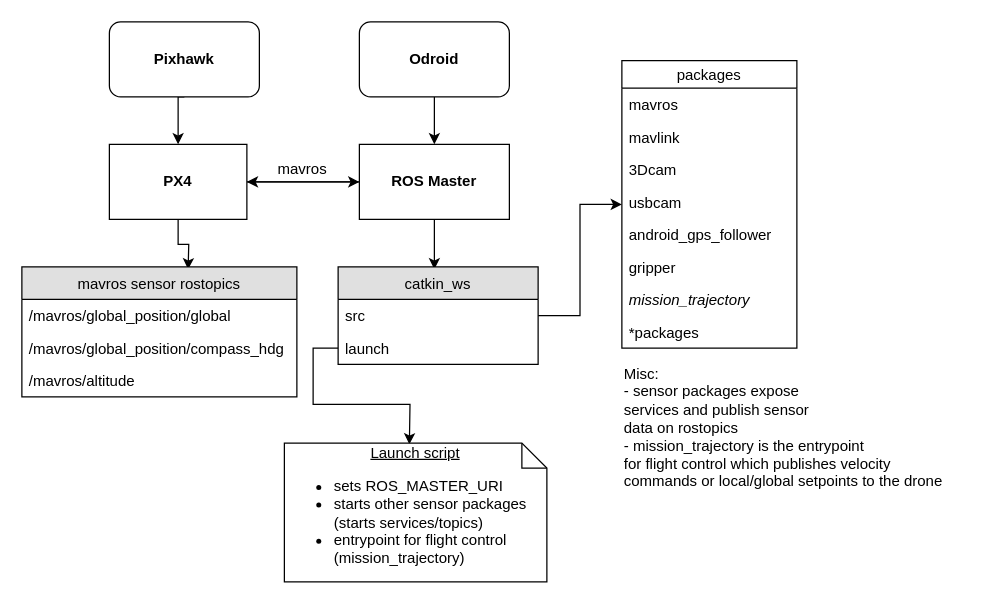
This is Software Architecture.drawio from prasannawilliams/high-level-architecture, a draw.io file, before an edit. Source tidied: cells renumbered, new cells numbered last; positions are measured from the earlier drawing's top-left corner, leaving out a move shared by most shapes. Both pictures are drawn from the tidied source at 125%, with x=0, y=0 at pixel (21, 21).
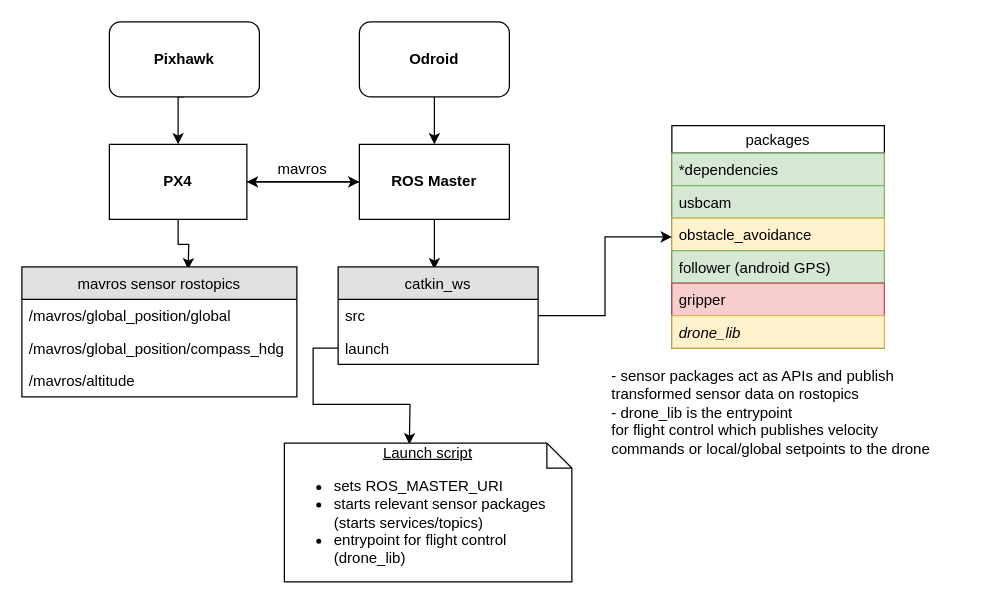
After the change.

Change to the diagram source:
```diff
@@
     <mxCell id="21" value="packages" style="swimlane;fontStyle=0;horizontal=1;startSize=22;fillColor=none;swimlaneFillColor=#ffffff;align=center;fontSize=12;" parent="1" vertex="1">
-      <mxGeometry x="480" y="31" width="140" height="230" as="geometry" />
+      <mxGeometry x="520" y="83" width="170" height="178" as="geometry" />
     </mxCell>
-    <mxCell id="22" value="mavros" style="text;strokeColor=none;fillColor=none;spacingLeft=4;spacingRight=4;overflow=hidden;fontSize=12;" parent="21" vertex="1">
-      <mxGeometry y="22" width="140" height="26" as="geometry" />
-    </mxCell>
-    <mxCell id="23" value="mavlink" style="text;strokeColor=none;fillColor=none;spacingLeft=4;spacingRight=4;overflow=hidden;fontSize=12;" parent="21" vertex="1">
-      <mxGeometry y="48" width="140" height="26" as="geometry" />
-    </mxCell>
-    <mxCell id="24" value="3Dcam" style="text;strokeColor=none;fillColor=none;spacingLeft=4;spacingRight=4;overflow=hidden;fontSize=12;" parent="21" vertex="1">
-      <mxGeometry y="74" width="140" height="26" as="geometry" />
-    </mxCell>
+    <mxCell id="29" value="*dependencies" style="text;strokeColor=#82b366;fillColor=#d5e8d4;spacingLeft=4;spacingRight=4;overflow=hidden;fontSize=12;" parent="21" vertex="1">
+      <mxGeometry y="22" width="170" height="26" as="geometry" />
+    </mxCell>
-    <mxCell id="25" value="usbcam" style="text;strokeColor=none;fillColor=none;spacingLeft=4;spacingRight=4;overflow=hidden;fontSize=12;" parent="21" vertex="1">
-      <mxGeometry y="100" width="140" height="26" as="geometry" />
+    <mxCell id="25" value="usbcam" style="text;strokeColor=#82b366;fillColor=#d5e8d4;spacingLeft=4;spacingRight=4;overflow=hidden;fontSize=12;" parent="21" vertex="1">
+      <mxGeometry y="48" width="170" height="26" as="geometry" />
     </mxCell>
+    <mxCell id="33" value="obstacle_avoidance" style="text;strokeColor=#d6b656;fillColor=#fff2cc;spacingLeft=4;spacingRight=4;overflow=hidden;fontSize=12;" parent="21" vertex="1">
+      <mxGeometry y="74" width="170" height="26" as="geometry" />
+    </mxCell>
-    <mxCell id="26" value="android_gps_follower" style="text;strokeColor=none;fillColor=none;spacingLeft=4;spacingRight=4;overflow=hidden;fontSize=12;" parent="21" vertex="1">
-      <mxGeometry y="126" width="140" height="26" as="geometry" />
+    <mxCell id="26" value="follower (android GPS)" style="text;strokeColor=#82b366;fillColor=#d5e8d4;spacingLeft=4;spacingRight=4;overflow=hidden;fontSize=12;" parent="21" vertex="1">
+      <mxGeometry y="100" width="170" height="26" as="geometry" />
     </mxCell>
-    <mxCell id="27" value="gripper" style="text;strokeColor=none;fillColor=none;spacingLeft=4;spacingRight=4;overflow=hidden;fontSize=12;" parent="21" vertex="1">
-      <mxGeometry y="152" width="140" height="26" as="geometry" />
+    <mxCell id="27" value="gripper" style="text;strokeColor=#b85450;fillColor=#f8cecc;spacingLeft=4;spacingRight=4;overflow=hidden;fontSize=12;" parent="21" vertex="1">
+      <mxGeometry y="126" width="170" height="26" as="geometry" />
     </mxCell>
-    <mxCell id="28" value="mission_trajectory" style="text;strokeColor=none;fillColor=none;spacingLeft=4;spacingRight=4;overflow=hidden;fontSize=12;fontStyle=2;" parent="21" vertex="1">
-      <mxGeometry y="178" width="140" height="26" as="geometry" />
+    <mxCell id="28" value="drone_lib" style="text;strokeColor=#d6b656;fillColor=#fff2cc;spacingLeft=4;spacingRight=4;overflow=hidden;fontSize=12;fontStyle=2;" parent="21" vertex="1">
+      <mxGeometry y="152" width="170" height="26" as="geometry" />
     </mxCell>
-    <mxCell id="29" value="*packages" style="text;strokeColor=none;fillColor=none;spacingLeft=4;spacingRight=4;overflow=hidden;fontSize=12;" parent="21" vertex="1">
-      <mxGeometry y="204" width="140" height="26" as="geometry" />
-    </mxCell>
@@
-    <mxCell id="31" value="&lt;div style=&quot;text-align: center ; font-size: 12px&quot;&gt;&lt;u&gt;&lt;font style=&quot;font-size: 12px&quot;&gt;Launch script&lt;/font&gt;&lt;/u&gt;&lt;/div&gt;&lt;div style=&quot;text-align: center ; font-size: 12px&quot;&gt;&lt;ul&gt;&lt;li style=&quot;text-align: left&quot;&gt;&lt;font style=&quot;font-size: 12px&quot;&gt;sets ROS_MASTER_URI&lt;/font&gt;&lt;/li&gt;&lt;li style=&quot;text-align: left&quot;&gt;&lt;font style=&quot;font-size: 12px&quot;&gt;starts other sensor packages (starts services/topics)&lt;/font&gt;&lt;/li&gt;&lt;li style=&quot;text-align: left&quot;&gt;&lt;font style=&quot;font-size: 12px&quot;&gt;entrypoint for flight control (mission_trajectory)&lt;/font&gt;&lt;/li&gt;&lt;/ul&gt;&lt;/div&gt;" style="shape=note;strokeWidth=1;fontSize=14;size=20;whiteSpace=wrap;html=1;spacing=1;" parent="1" vertex="1">
-      <mxGeometry x="210" y="337" width="210" height="111" as="geometry" />
+    <mxCell id="31" value="&lt;div style=&quot;text-align: center ; font-size: 12px&quot;&gt;&lt;u&gt;&lt;font style=&quot;font-size: 12px&quot;&gt;Launch script&lt;/font&gt;&lt;/u&gt;&lt;/div&gt;&lt;div style=&quot;text-align: center ; font-size: 12px&quot;&gt;&lt;ul&gt;&lt;li style=&quot;text-align: left&quot;&gt;&lt;font style=&quot;font-size: 12px&quot;&gt;sets ROS_MASTER_URI&lt;/font&gt;&lt;/li&gt;&lt;li style=&quot;text-align: left&quot;&gt;&lt;font style=&quot;font-size: 12px&quot;&gt;starts relevant sensor packages (starts services/topics)&lt;/font&gt;&lt;/li&gt;&lt;li style=&quot;text-align: left&quot;&gt;&lt;font style=&quot;font-size: 12px&quot;&gt;entrypoint for flight control (drone_lib)&lt;/font&gt;&lt;/li&gt;&lt;/ul&gt;&lt;/div&gt;" style="shape=note;strokeWidth=1;fontSize=14;size=20;whiteSpace=wrap;html=1;spacing=1;" parent="1" vertex="1">
+      <mxGeometry x="210" y="337" width="230" height="111" as="geometry" />
     </mxCell>
-    <mxCell id="32" value="Misc:&lt;br&gt;- sensor packages expose&amp;nbsp;&lt;br&gt;services and publish sensor&lt;br&gt;data on rostopics&lt;br&gt;- mission_trajectory is the entrypoint&lt;br&gt;for flight control which publishes velocity&lt;br&gt;commands or local/global setpoints to the drone&lt;br&gt;" style="text;html=1;align=left;verticalAlign=top;spacingTop=-4;" parent="1" vertex="1">
-      <mxGeometry x="480" y="272" width="270" height="100" as="geometry" />
+    <mxCell id="32" value="- sensor packages act as APIs and publish &lt;br&gt;transformed sensor data on rostopics&lt;br&gt;- drone_lib is the entrypoint&lt;br&gt;for flight control which publishes velocity&lt;br&gt;commands or local/global setpoints to the drone&lt;br&gt;" style="text;html=1;align=left;verticalAlign=top;spacingTop=-4;" parent="1" vertex="1">
+      <mxGeometry x="470" y="274" width="270" height="70" as="geometry" />
     </mxCell>
```
